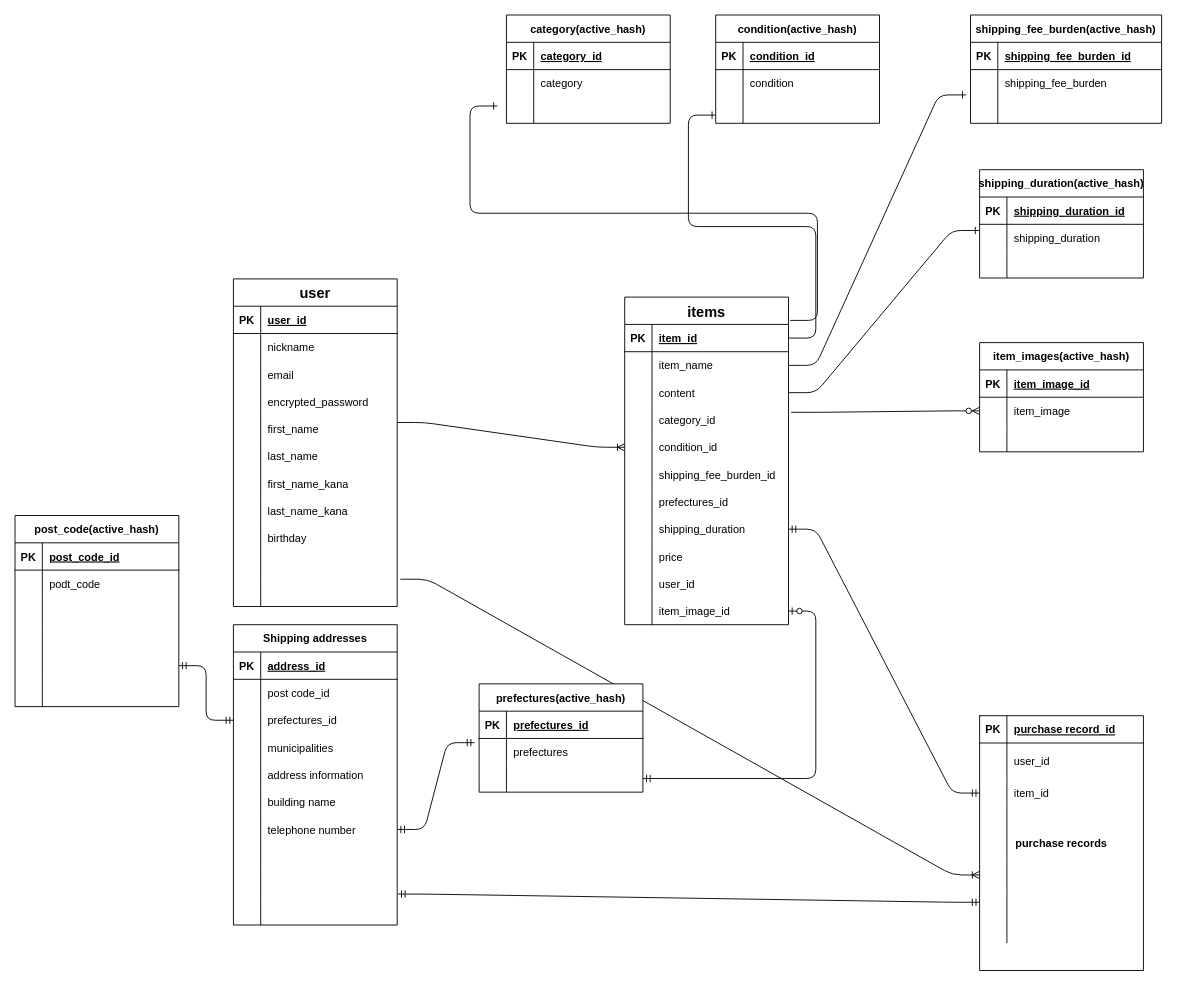
The draw.io diagram furima.dio in orihal123/furima-39539, before the edit. Source tidied: cells renumbered, new cells numbered last; positions are measured from the earlier drawing's top-left corner, leaving out a move shared by most shapes. Both pictures are drawn from the tidied source at 91%, with x=0, y=0 at pixel (15, 15).
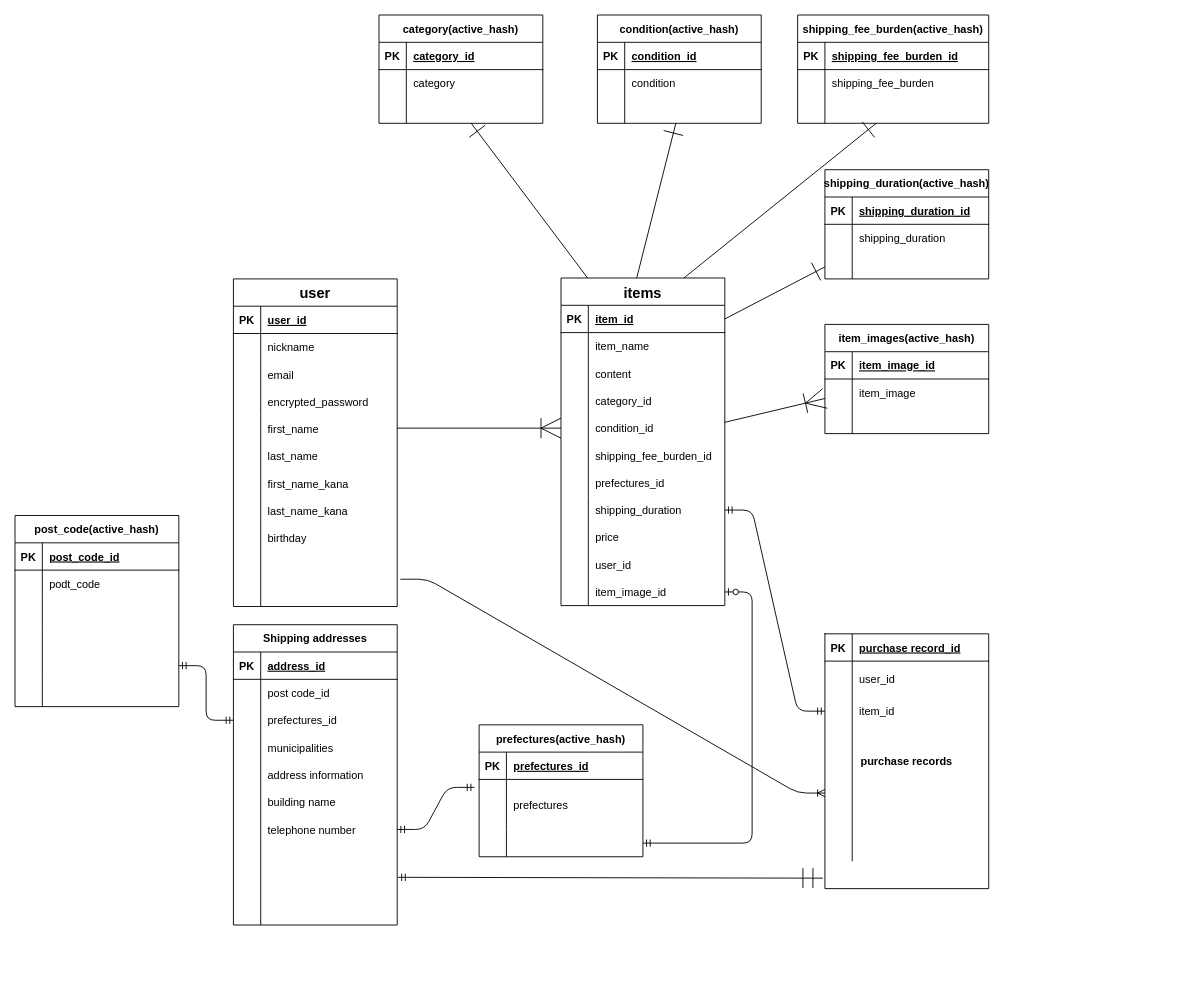
After the change.

Unchanged cells that the change refers to:
```xml
<mxCell id="15" style="shape=tableRow;horizontal=0;startSize=0;swimlaneHead=0;swimlaneBody=0;fillColor=none;points=[[0,0.5],[1,0.5]];portConstraint=eastwest;top=0;left=0;right=0;bottom=0;" parent="2" vertex="1">
  <mxGeometry y="150" width="180" height="30" as="geometry" />
</mxCell>
<mxCell id="55" style="shape=tableRow;horizontal=0;startSize=0;swimlaneHead=0;swimlaneBody=0;fillColor=none;points=[[0,0.5],[1,0.5]];portConstraint=eastwest;top=0;left=0;right=0;bottom=0;" parent="36" vertex="1">
  <mxGeometry y="190" width="180" height="30" as="geometry" />
</mxCell>
<mxCell id="62" style="shape=tableRow;horizontal=0;startSize=0;swimlaneHead=0;swimlaneBody=0;fillColor=none;points=[[0,0.5],[1,0.5]];portConstraint=eastwest;top=0;left=0;right=0;bottom=1;" parent="61" vertex="1">
  <mxGeometry y="30" width="180" height="30" as="geometry" />
</mxCell>
<mxCell id="65" style="shape=tableRow;horizontal=0;startSize=0;swimlaneHead=0;swimlaneBody=0;fillColor=none;points=[[0,0.5],[1,0.5]];portConstraint=eastwest;top=0;left=0;right=0;bottom=0;" parent="61" vertex="1">
  <mxGeometry y="60" width="180" height="30" as="geometry" />
</mxCell>
<mxCell id="68" style="shape=tableRow;horizontal=0;startSize=0;swimlaneHead=0;swimlaneBody=0;fillColor=none;points=[[0,0.5],[1,0.5]];portConstraint=eastwest;top=0;left=0;right=0;bottom=0;" parent="61" vertex="1">
  <mxGeometry y="90" width="180" height="30" as="geometry" />
</mxCell>
<mxCell id="71" style="shape=tableRow;horizontal=0;startSize=0;swimlaneHead=0;swimlaneBody=0;fillColor=none;points=[[0,0.5],[1,0.5]];portConstraint=eastwest;top=0;left=0;right=0;bottom=0;" parent="61" vertex="1">
  <mxGeometry y="120" width="180" height="30" as="geometry" />
</mxCell>
<mxCell id="74" style="shape=tableRow;horizontal=0;startSize=0;swimlaneHead=0;swimlaneBody=0;fillColor=none;points=[[0,0.5],[1,0.5]];portConstraint=eastwest;top=0;left=0;right=0;bottom=0;" parent="61" vertex="1">
  <mxGeometry y="150" width="180" height="30" as="geometry" />
</mxCell>
<mxCell id="120" style="shape=tableRow;horizontal=0;startSize=0;swimlaneHead=0;swimlaneBody=0;fillColor=none;points=[[0,0.5],[1,0.5]];portConstraint=eastwest;top=0;left=0;right=0;bottom=0;" parent="95" vertex="1">
  <mxGeometry y="270" width="180" height="30" as="geometry" />
</mxCell>
<mxCell id="123" style="shape=tableRow;horizontal=0;startSize=0;swimlaneHead=0;swimlaneBody=0;fillColor=none;points=[[0,0.5],[1,0.5]];portConstraint=eastwest;top=0;left=0;right=0;bottom=0;" parent="95" vertex="1">
  <mxGeometry y="300" width="180" height="30" as="geometry" />
</mxCell>
<mxCell id="135" style="shape=tableRow;horizontal=0;startSize=0;swimlaneHead=0;swimlaneBody=0;fillColor=none;points=[[0,0.5],[1,0.5]];portConstraint=eastwest;top=0;left=0;right=0;bottom=0;" parent="131" vertex="1">
  <mxGeometry y="60" width="180" height="30" as="geometry" />
</mxCell>
<mxCell id="181" style="shape=tableRow;horizontal=0;startSize=0;swimlaneHead=0;swimlaneBody=0;fillColor=none;points=[[0,0.5],[1,0.5]];portConstraint=eastwest;top=0;left=0;right=0;bottom=0;" parent="174" vertex="1">
  <mxGeometry y="89" width="180" height="30" as="geometry" />
</mxCell>
<mxCell id="191" style="shape=tableRow;horizontal=0;startSize=0;swimlaneHead=0;swimlaneBody=0;fillColor=none;points=[[0,0.5],[1,0.5]];portConstraint=eastwest;top=0;left=0;right=0;bottom=0;" parent="184" vertex="1">
  <mxGeometry y="89" width="180" height="30" as="geometry" />
</mxCell>
<mxCell id="201" style="shape=tableRow;horizontal=0;startSize=0;swimlaneHead=0;swimlaneBody=0;fillColor=none;points=[[0,0.5],[1,0.5]];portConstraint=eastwest;top=0;left=0;right=0;bottom=0;" parent="194" vertex="1">
  <mxGeometry y="89" width="210" height="30" as="geometry" />
</mxCell>
```

What changed in the source:
```diff
@@
     <mxCell id="36" value="purchase records" style="shape=table;startSize=0;childLayout=tableLayout;rowLines=0;fontStyle=1;align=center;" parent="1" vertex="1">
-      <mxGeometry x="1060" y="770" width="180" height="280" as="geometry" />
+      <mxGeometry x="890" y="680" width="180" height="280" as="geometry" />
     </mxCell>
@@
+    <mxCell id="218" style="edgeStyle=none;html=1;endArrow=ERone;endFill=0;endSize=20;exitX=0.167;exitY=0.003;exitDx=0;exitDy=0;exitPerimeter=0;" parent="1" edge="1" source="61" target="181">
+      <mxGeometry relative="1" as="geometry" />
+    </mxCell>
+    <mxCell id="219" style="edgeStyle=none;html=1;endArrow=ERone;endFill=0;endSize=20;exitX=0.46;exitY=0.004;exitDx=0;exitDy=0;exitPerimeter=0;" parent="1" edge="1" source="61" target="191">
+      <mxGeometry relative="1" as="geometry" />
+    </mxCell>
+    <mxCell id="220" style="edgeStyle=none;html=1;exitX=0.75;exitY=0;exitDx=0;exitDy=0;endArrow=ERone;endFill=0;endSize=20;" parent="1" edge="1" source="61" target="201">
+      <mxGeometry relative="1" as="geometry" />
+    </mxCell>
     <mxCell id="61" value="items" style="shape=table;startSize=30;childLayout=tableLayout;rowLines=0;fontStyle=1;align=center;fontSize=16;" parent="1" vertex="1">
-      <mxGeometry x="670" y="310" width="180" height="360" as="geometry" />
+      <mxGeometry x="600" y="289" width="180" height="360" as="geometry" />
     </mxCell>
@@
-    <mxCell id="126" style="edgeStyle=entityRelationEdgeStyle;fontSize=12;html=1;endArrow=ERoneToMany;strokeWidth=1;entryX=0;entryY=0.5;entryDx=0;entryDy=0;exitX=0.999;exitY=0.259;exitDx=0;exitDy=0;exitPerimeter=0;" parent="1" edge="1" source="15" target="74">
-      <mxGeometry relative="1" as="geometry" />
+    <mxCell id="126" style="edgeStyle=entityRelationEdgeStyle;fontSize=12;html=1;endArrow=ERoneToMany;strokeWidth=1;entryX=0;entryY=0.5;entryDx=0;entryDy=0;endFill=0;endSize=20;" parent="1" edge="1" target="74">
+      <mxGeometry relative="1" as="geometry">
+        <mxPoint x="420" y="454" as="sourcePoint" />
+      </mxGeometry>
     </mxCell>
@@
-    <mxCell id="130" style="edgeStyle=entityRelationEdgeStyle;fontSize=12;html=1;endArrow=ERmandOne;startArrow=ERmandOne;strokeWidth=1;entryX=0;entryY=0.5;entryDx=0;entryDy=0;exitX=1.004;exitY=-0.133;exitDx=0;exitDy=0;exitPerimeter=0;" parent="1" edge="1" source="123" target="55">
-      <mxGeometry relative="1" as="geometry" />
-    </mxCell>
     <mxCell id="131" value="item_images(active_hash)" style="shape=table;startSize=30;childLayout=tableLayout;rowLines=0;fontStyle=1;align=center;" parent="1" vertex="1">
-      <mxGeometry x="1060" y="360" width="180" height="120" as="geometry" />
+      <mxGeometry x="890" y="340" width="180" height="120" as="geometry" />
     </mxCell>
@@
-    <mxCell id="141" style="edgeStyle=entityRelationEdgeStyle;fontSize=12;html=1;endArrow=ERzeroToMany;endFill=1;entryX=0;entryY=0.5;entryDx=0;entryDy=0;exitX=1.016;exitY=0.22;exitDx=0;exitDy=0;exitPerimeter=0;" parent="1" edge="1" source="71" target="135">
-      <mxGeometry relative="1" as="geometry" />
-    </mxCell>
@@
     <mxCell id="161" value="prefectures(active_hash)" style="shape=table;startSize=30;childLayout=tableLayout;rowLines=0;fontStyle=1;align=center;" parent="1" vertex="1">
-      <mxGeometry x="510" y="735" width="180" height="119" as="geometry" />
+      <mxGeometry x="510" y="780" width="180" height="145" as="geometry" />
     </mxCell>
@@
     <mxCell id="165" style="shape=tableRow;horizontal=0;startSize=0;swimlaneHead=0;swimlaneBody=0;fillColor=none;points=[[0,0.5],[1,0.5]];portConstraint=eastwest;top=0;left=0;right=0;bottom=0;" parent="161" vertex="1">
-      <mxGeometry y="60" width="180" height="29" as="geometry" />
+      <mxGeometry y="60" width="180" height="55" as="geometry" />
     </mxCell>
     <mxCell id="166" style="shape=partialRectangle;fillColor=none;top=0;left=0;bottom=0;right=0;overflow=hidden;" parent="165" vertex="1">
-      <mxGeometry width="30" height="29" as="geometry" />
+      <mxGeometry width="30" height="55" as="geometry" />
     </mxCell>
     <mxCell id="167" value="prefectures" style="shape=partialRectangle;fillColor=none;top=0;left=0;bottom=0;right=0;align=left;spacingLeft=6;overflow=hidden;" parent="165" vertex="1">
-      <mxGeometry x="30" width="150" height="29" as="geometry" />
+      <mxGeometry x="30" width="150" height="55" as="geometry" />
     </mxCell>
     <mxCell id="168" style="shape=tableRow;horizontal=0;startSize=0;swimlaneHead=0;swimlaneBody=0;fillColor=none;points=[[0,0.5],[1,0.5]];portConstraint=eastwest;top=0;left=0;right=0;bottom=0;" parent="161" vertex="1">
-      <mxGeometry y="89" width="180" height="30" as="geometry" />
+      <mxGeometry y="115" width="180" height="30" as="geometry" />
     </mxCell>
@@
     <mxCell id="174" value="category(active_hash)" style="shape=table;startSize=30;childLayout=tableLayout;rowLines=0;fontStyle=1;align=center;" parent="1" vertex="1">
-      <mxGeometry x="540" width="180" height="119" as="geometry" />
+      <mxGeometry x="400" width="180" height="119" as="geometry" />
     </mxCell>
@@
     <mxCell id="184" value="condition(active_hash)" style="shape=table;startSize=30;childLayout=tableLayout;rowLines=0;fontStyle=1;align=center;" parent="1" vertex="1">
-      <mxGeometry x="770" width="180" height="119" as="geometry" />
+      <mxGeometry x="640" width="180" height="119" as="geometry" />
     </mxCell>
@@
     <mxCell id="194" value="shipping_fee_burden(active_hash)" style="shape=table;startSize=30;childLayout=tableLayout;rowLines=0;fontStyle=1;align=center;" parent="1" vertex="1">
-      <mxGeometry x="1050" width="210" height="119" as="geometry" />
+      <mxGeometry x="860" width="210" height="119" as="geometry" />
     </mxCell>
@@
     <mxCell id="204" value="shipping_duration(active_hash)" style="shape=table;startSize=30;childLayout=tableLayout;rowLines=0;fontStyle=1;align=center;" parent="1" vertex="1">
-      <mxGeometry x="1060" y="170" width="180" height="119" as="geometry" />
+      <mxGeometry x="890" y="170" width="180" height="120" as="geometry" />
     </mxCell>
@@
     <mxCell id="208" style="shape=tableRow;horizontal=0;startSize=0;swimlaneHead=0;swimlaneBody=0;fillColor=none;points=[[0,0.5],[1,0.5]];portConstraint=eastwest;top=0;left=0;right=0;bottom=0;" parent="204" vertex="1">
-      <mxGeometry y="60" width="180" height="29" as="geometry" />
+      <mxGeometry y="60" width="180" height="30" as="geometry" />
     </mxCell>
     <mxCell id="209" style="shape=partialRectangle;fillColor=none;top=0;left=0;bottom=0;right=0;overflow=hidden;" parent="208" vertex="1">
-      <mxGeometry width="30" height="29" as="geometry" />
+      <mxGeometry width="30" height="30" as="geometry" />
     </mxCell>
     <mxCell id="210" value="shipping_duration" style="shape=partialRectangle;fillColor=none;top=0;left=0;bottom=0;right=0;align=left;spacingLeft=6;overflow=hidden;" parent="208" vertex="1">
-      <mxGeometry x="30" width="150" height="29" as="geometry" />
+      <mxGeometry x="30" width="150" height="30" as="geometry" />
     </mxCell>
     <mxCell id="211" style="shape=tableRow;horizontal=0;startSize=0;swimlaneHead=0;swimlaneBody=0;fillColor=none;top=0;left=0;right=0;bottom=0;" parent="204" vertex="1">
-      <mxGeometry y="89" width="180" height="30" as="geometry" />
+      <mxGeometry y="90" width="180" height="30" as="geometry" />
     </mxCell>
@@
-    <mxCell id="214" style="edgeStyle=entityRelationEdgeStyle;fontSize=12;html=1;endArrow=ERone;endFill=1;exitX=1.01;exitY=-0.147;exitDx=0;exitDy=0;exitPerimeter=0;" parent="1" edge="1" source="62">
-      <mxGeometry relative="1" as="geometry">
-        <mxPoint x="530" y="100" as="targetPoint" />
-      </mxGeometry>
-    </mxCell>
-    <mxCell id="215" style="edgeStyle=entityRelationEdgeStyle;fontSize=12;html=1;endArrow=ERone;endFill=1;entryX=-0.004;entryY=0.234;entryDx=0;entryDy=0;entryPerimeter=0;exitX=1;exitY=0.5;exitDx=0;exitDy=0;" parent="1" edge="1" source="68" target="208">
-      <mxGeometry relative="1" as="geometry" />
-    </mxCell>
-    <mxCell id="216" style="edgeStyle=entityRelationEdgeStyle;fontSize=12;html=1;endArrow=ERone;endFill=1;entryX=-0.023;entryY=-0.04;entryDx=0;entryDy=0;entryPerimeter=0;exitX=1;exitY=0.5;exitDx=0;exitDy=0;" parent="1" edge="1" source="65" target="201">
-      <mxGeometry relative="1" as="geometry" />
-    </mxCell>
-    <mxCell id="217" style="edgeStyle=entityRelationEdgeStyle;fontSize=12;html=1;endArrow=ERone;endFill=1;exitX=1;exitY=0.5;exitDx=0;exitDy=0;" parent="1" edge="1" source="62">
-      <mxGeometry relative="1" as="geometry">
-        <mxPoint x="770" y="110" as="targetPoint" />
-      </mxGeometry>
-    </mxCell>
+    <mxCell id="221" style="edgeStyle=none;html=1;exitX=1;exitY=0.5;exitDx=0;exitDy=0;endArrow=ERone;endFill=0;endSize=20;" parent="1" edge="1" source="62" target="204">
+      <mxGeometry relative="1" as="geometry" />
+    </mxCell>
+    <mxCell id="222" style="edgeStyle=none;html=1;endArrow=ERoneToMany;endFill=0;endSize=20;" parent="1" edge="1" source="61" target="131">
+      <mxGeometry relative="1" as="geometry" />
+    </mxCell>
+    <mxCell id="223" style="edgeStyle=none;html=1;entryX=-0.012;entryY=0.959;entryDx=0;entryDy=0;entryPerimeter=0;endArrow=ERmandOne;endFill=0;endSize=20;exitX=1.005;exitY=0.253;exitDx=0;exitDy=0;exitPerimeter=0;startArrow=ERmandOne;startFill=0;" parent="1" edge="1" source="120" target="36">
+      <mxGeometry relative="1" as="geometry" />
+    </mxCell>
```
